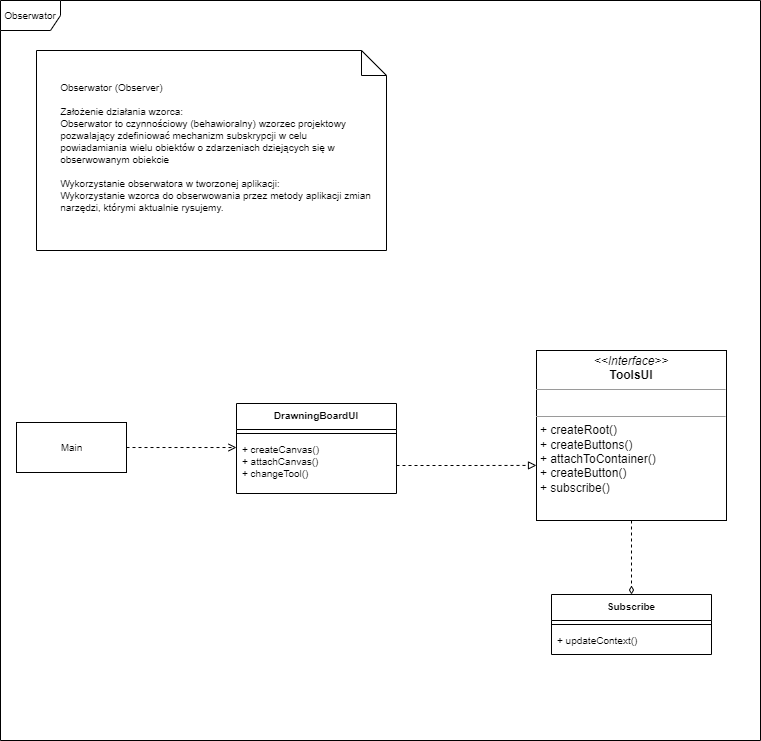
Above: Untitled Diagram-Obserwator.drawio.png in aleksandra0291/wzorce (draw.io), before the change. Source tidied: cells renumbered, new cells last; positions are measured from the earlier drawing's top-left corner, leaving out a move shared by most shapes. The source it was exported from:
```xml
<mxGraphModel>
  <root>
    <mxCell id="0" />
    <mxCell id="1" parent="0" />
    <mxCell id="2" value="&lt;font style=&quot;font-size: 10px;&quot;&gt;Obserwator&lt;/font&gt;" style="shape=umlFrame;whiteSpace=wrap;html=1;" parent="1" vertex="1">
      <mxGeometry width="760" height="740" as="geometry" />
    </mxCell>
    <mxCell id="3" value="&lt;span style=&quot;white-space: pre;&quot;&gt;&#9;&lt;/span&gt;Obserwator (Observer)&amp;nbsp;&lt;br&gt;&lt;br&gt;&lt;span style=&quot;white-space: pre;&quot;&gt;&#9;&lt;/span&gt;Założenie działania wzorca:&amp;nbsp;&lt;br&gt;&lt;span style=&quot;white-space: pre;&quot;&gt;&#9;&lt;/span&gt;Obserwator to czynnościowy (behawioralny) wzorzec projektowy &lt;span style=&quot;white-space: pre;&quot;&gt;&#9;&lt;/span&gt;pozwalający zdefiniować mechanizm subskrypcji w celu &lt;span style=&quot;white-space: pre;&quot;&gt;&#9;&lt;/span&gt;powiadamiania wielu obiektów o zdarzeniach dziejących się w &lt;span style=&quot;white-space: pre;&quot;&gt;&#9;&lt;/span&gt;obserwowanym obiekcie&amp;nbsp;&lt;br&gt;&lt;br&gt;&lt;span style=&quot;white-space: pre;&quot;&gt;&#9;&lt;/span&gt;Wykorzystanie obserwatora w tworzonej aplikacji:&lt;br&gt;&lt;span style=&quot;white-space: pre;&quot;&gt;&#9;&lt;/span&gt;Wykorzystanie wzorca do obserwowania przez metody aplikacji zmian &lt;span style=&quot;white-space: pre;&quot;&gt;&#9;&lt;/span&gt;narzędzi, którymi aktualnie rysujemy.&amp;nbsp;" style="shape=note2;boundedLbl=1;whiteSpace=wrap;html=1;size=25;verticalAlign=top;align=left;fontSize=10;" parent="1" vertex="1">
      <mxGeometry x="36" y="50" width="350" height="200" as="geometry" />
    </mxCell>
    <mxCell id="4" style="edgeStyle=orthogonalEdgeStyle;rounded=0;jettySize=auto;html=1;entryX=0.5;entryY=0;entryDx=0;entryDy=0;dashed=1;fontSize=10;endArrow=diamondThin;endFill=0;" parent="1" edge="1" source="5" target="10">
      <mxGeometry relative="1" as="geometry" />
    </mxCell>
    <mxCell id="5" value="&lt;p style=&quot;margin:0px;margin-top:4px;text-align:center;&quot;&gt;&lt;i&gt;&amp;lt;&amp;lt;Interface&amp;gt;&amp;gt;&lt;/i&gt;&lt;br&gt;&lt;b&gt;ToolsUI&lt;/b&gt;&lt;/p&gt;&lt;hr size=&quot;1&quot;&gt;&lt;p style=&quot;margin:0px;margin-left:4px;&quot;&gt;&lt;br&gt;&lt;/p&gt;&lt;hr size=&quot;1&quot;&gt;&lt;p style=&quot;margin:0px;margin-left:4px;&quot;&gt;+ createRoot()&lt;br&gt;+ createButtons()&lt;/p&gt;&lt;p style=&quot;margin:0px;margin-left:4px;&quot;&gt;+ attachToContainer()&lt;/p&gt;&lt;p style=&quot;margin:0px;margin-left:4px;&quot;&gt;+ createButton()&lt;/p&gt;&lt;p style=&quot;margin:0px;margin-left:4px;&quot;&gt;+ subscribe()&lt;/p&gt;&lt;p style=&quot;margin:0px;margin-left:4px;&quot;&gt;&lt;br&gt;&lt;/p&gt;" style="verticalAlign=top;align=left;overflow=fill;fontSize=12;fontFamily=Helvetica;html=1;" parent="1" vertex="1">
      <mxGeometry x="536" y="350" width="190" height="170" as="geometry" />
    </mxCell>
    <mxCell id="6" value="DrawningBoardUI" style="swimlane;fontStyle=1;align=center;verticalAlign=top;horizontal=1;startSize=26;fontSize=10;" parent="1" vertex="1">
      <mxGeometry x="236" y="403" width="160" height="90" as="geometry" />
    </mxCell>
    <mxCell id="7" style="line;strokeWidth=1;fillColor=none;align=left;verticalAlign=middle;spacingTop=-1;spacingLeft=3;spacingRight=3;labelPosition=right;fontSize=10;" parent="6" vertex="1">
      <mxGeometry y="26" width="160" height="8" as="geometry" />
    </mxCell>
    <mxCell id="8" value="+ createCanvas()&#10;+ attachCanvas()&#10;+ changeTool()" style="text;strokeColor=none;fillColor=none;align=left;verticalAlign=top;spacingLeft=4;spacingRight=4;overflow=hidden;points=[[0,0.5],[1,0.5]];portConstraint=eastwest;fontSize=10;" parent="6" vertex="1">
      <mxGeometry y="34" width="160" height="56" as="geometry" />
    </mxCell>
    <mxCell id="9" style="edgeStyle=orthogonalEdgeStyle;rounded=0;jettySize=auto;html=1;entryX=0;entryY=0.676;entryDx=0;entryDy=0;entryPerimeter=0;dashed=1;fontSize=10;endArrow=block;endFill=0;" parent="1" edge="1" source="8" target="5">
      <mxGeometry relative="1" as="geometry" />
    </mxCell>
    <mxCell id="10" value="Subscribe" style="swimlane;fontStyle=1;align=center;verticalAlign=top;horizontal=1;startSize=26;fontSize=10;" parent="1" vertex="1">
      <mxGeometry x="551" y="594" width="160" height="60" as="geometry" />
    </mxCell>
    <mxCell id="11" style="line;strokeWidth=1;fillColor=none;align=left;verticalAlign=middle;spacingTop=-1;spacingLeft=3;spacingRight=3;labelPosition=right;fontSize=10;" parent="10" vertex="1">
      <mxGeometry y="26" width="160" height="8" as="geometry" />
    </mxCell>
    <mxCell id="12" value="+ updateContext()" style="text;strokeColor=none;fillColor=none;align=left;verticalAlign=top;spacingLeft=4;spacingRight=4;overflow=hidden;fontSize=10;" parent="10" vertex="1">
      <mxGeometry y="34" width="160" height="26" as="geometry" />
    </mxCell>
    <mxCell id="13" style="edgeStyle=orthogonalEdgeStyle;rounded=0;jettySize=auto;html=1;entryX=0;entryY=0.179;entryDx=0;entryDy=0;entryPerimeter=0;dashed=1;fontSize=10;endArrow=open;endFill=0;" parent="1" edge="1" source="14" target="8">
      <mxGeometry relative="1" as="geometry" />
    </mxCell>
    <mxCell id="14" value="Main" style="html=1;fontSize=10;" parent="1" vertex="1">
      <mxGeometry x="16" y="422" width="110" height="50" as="geometry" />
    </mxCell>
  </root>
</mxGraphModel>
```
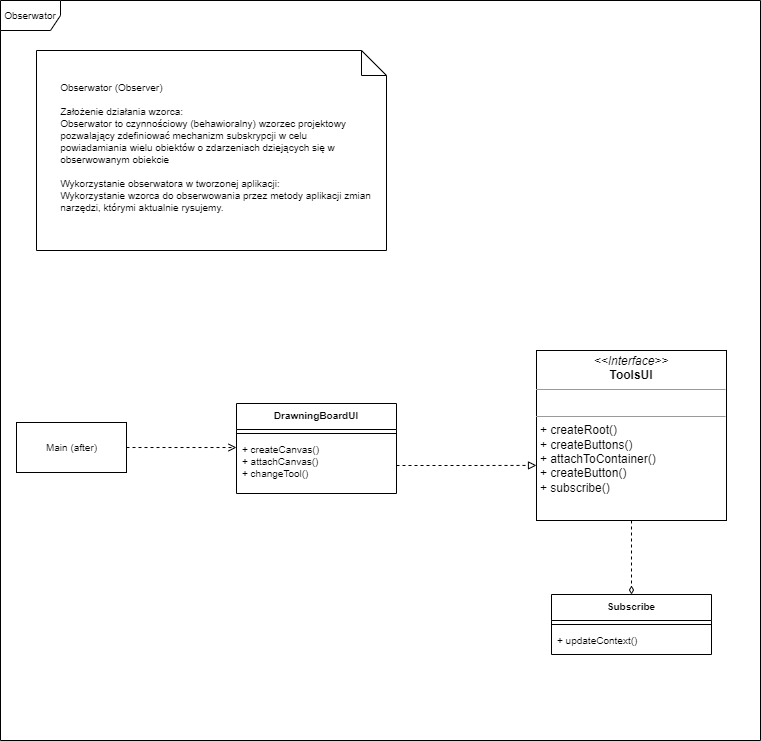
The same file after the commit.

What changed in the source:
```diff
@@ -38,7 +38,7 @@
     <mxCell id="13" style="edgeStyle=orthogonalEdgeStyle;rounded=0;jettySize=auto;html=1;entryX=0;entryY=0.179;entryDx=0;entryDy=0;entryPerimeter=0;dashed=1;fontSize=10;endArrow=open;endFill=0;" parent="1" edge="1" source="14" target="8">
       <mxGeometry relative="1" as="geometry" />
     </mxCell>
-    <mxCell id="14" value="Main" style="html=1;fontSize=10;" parent="1" vertex="1">
+    <mxCell id="14" value="Main (after)" style="html=1;fontSize=10;" parent="1" vertex="1">
       <mxGeometry x="16" y="422" width="110" height="50" as="geometry" />
     </mxCell>
   </root>
```
